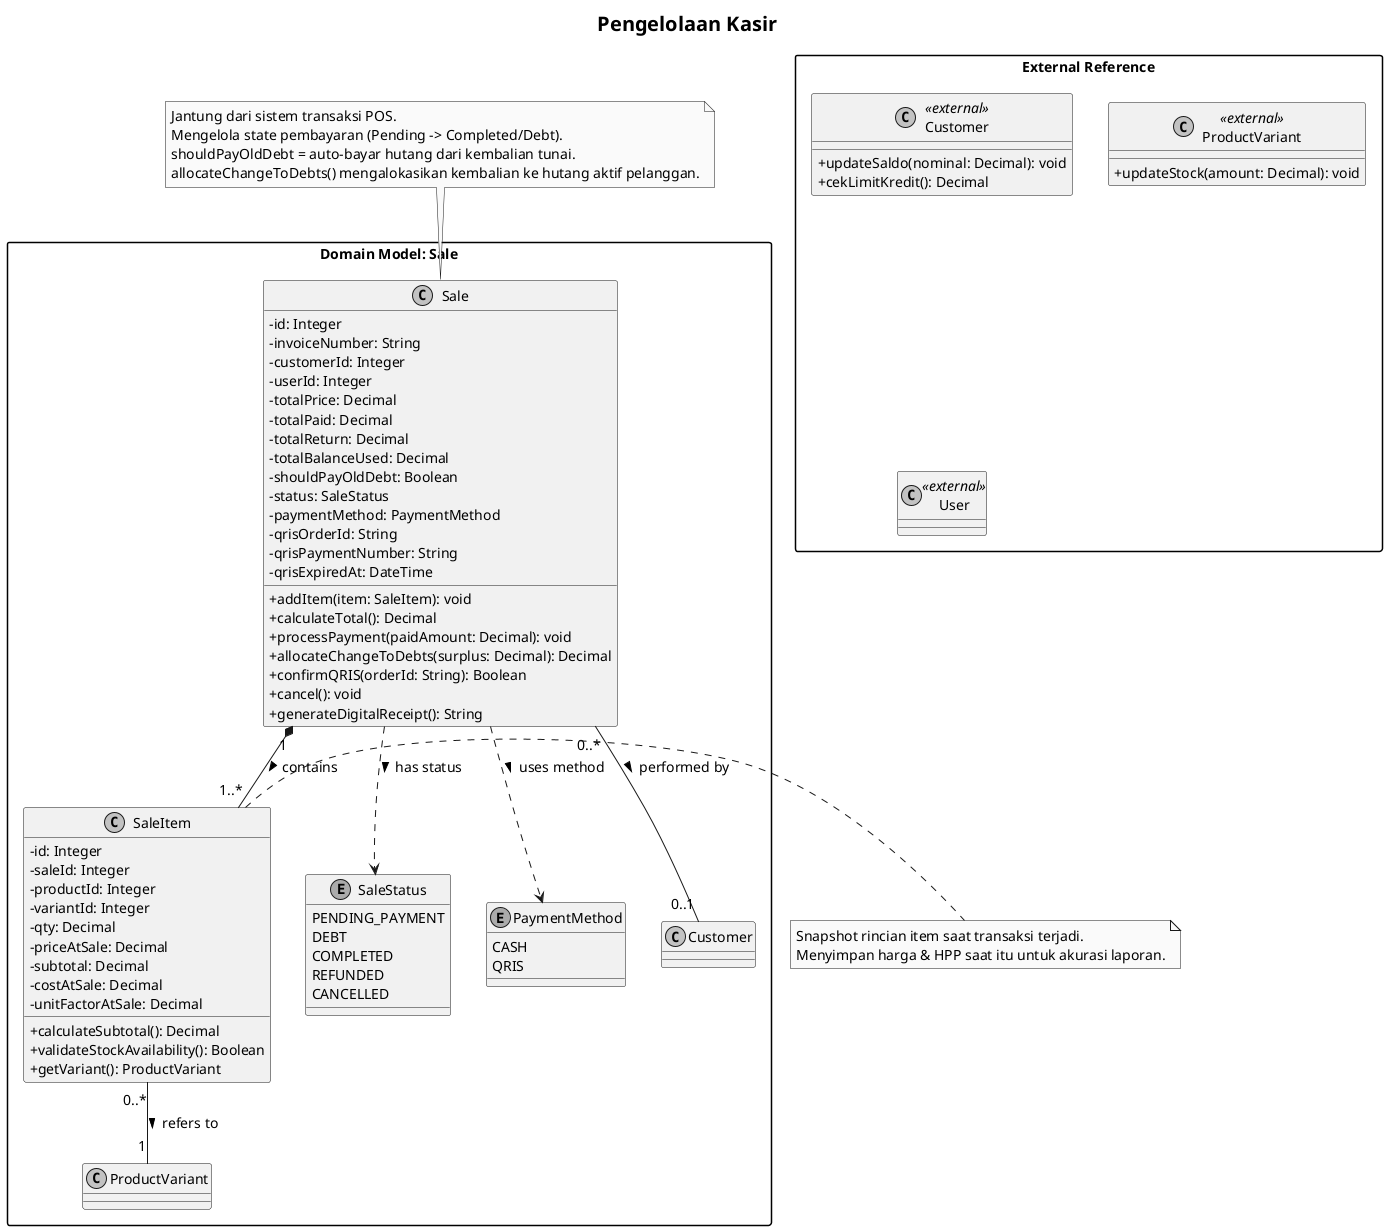
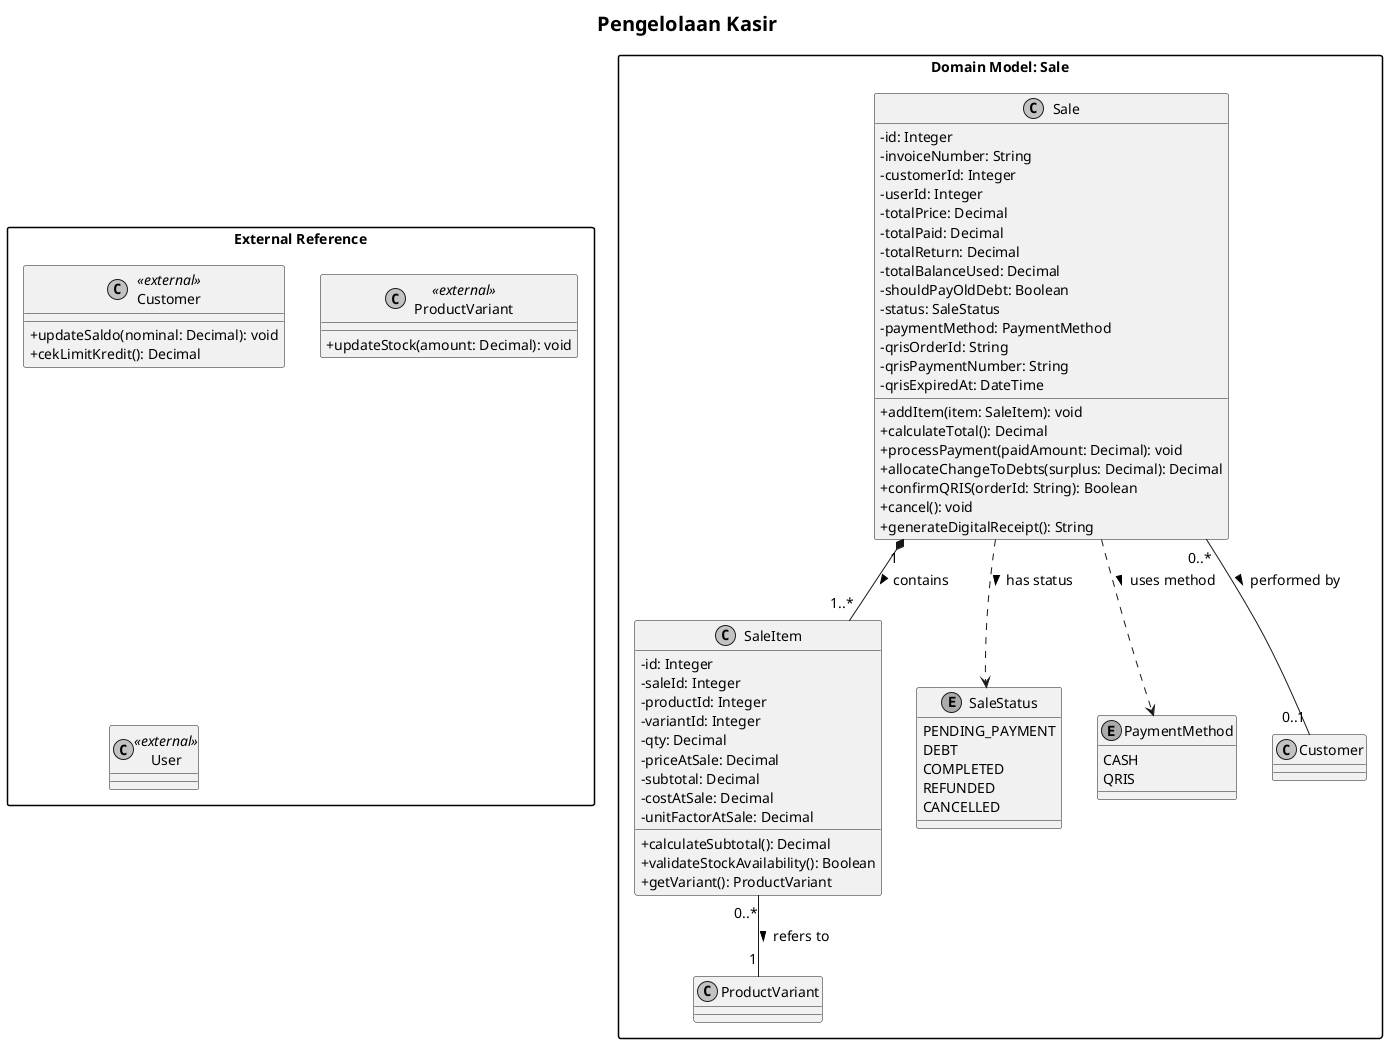
@startuml Modul_D_Pengelolaan_Kasir

' Pengaturan visual agar profesional dan fungsional
skinparam classAttributeIconSize 0
skinparam monochrome true
skinparam packageStyle rectangle
skinparam shadowing false
skinparam defaultFontName "Arial"
skinparam defaultFontSize 14
skinparam titleFontSize 20

title Pengelolaan Kasir

package "Domain Model: Sale" {
    class Sale {
        - id: Integer
        - invoiceNumber: String
        - customerId: Integer
        - userId: Integer
        - totalPrice: Decimal
        - totalPaid: Decimal
        - totalReturn: Decimal
        - totalBalanceUsed: Decimal
        - shouldPayOldDebt: Boolean
        - status: SaleStatus
        - paymentMethod: PaymentMethod
        - qrisOrderId: String
        - qrisPaymentNumber: String
        - qrisExpiredAt: DateTime
        + addItem(item: SaleItem): void
        + calculateTotal(): Decimal
        + processPayment(paidAmount: Decimal): void
        + allocateChangeToDebts(surplus: Decimal): Decimal
        + confirmQRIS(orderId: String): Boolean
        + cancel(): void
        + generateDigitalReceipt(): String
    }

    class SaleItem {
        - id: Integer
        - saleId: Integer
        - productId: Integer
        - variantId: Integer
        - qty: Decimal
        - priceAtSale: Decimal
        - subtotal: Decimal
        - costAtSale: Decimal
        - unitFactorAtSale: Decimal
        + calculateSubtotal(): Decimal
        + validateStockAvailability(): Boolean
        + getVariant(): ProductVariant
    }

    enum SaleStatus {
        PENDING_PAYMENT
        DEBT
        COMPLETED
        REFUNDED
        CANCELLED
    }

    enum PaymentMethod {
        CASH
        QRIS
    }

    ' Relationships
    Sale "1" *-- "1..*" SaleItem : contains >
    Sale ..> SaleStatus : has status >
    Sale ..> PaymentMethod : uses method >
    Sale "0..*" -- "0..1" Customer : performed by >
    SaleItem "0..*" -- "1" ProductVariant : refers to >
}

package "External Reference" {
    class Customer <<external>> {
        + updateSaldo(nominal: Decimal): void
        + cekLimitKredit(): Decimal
    }
    class ProductVariant <<external>> {
        + updateStock(amount: Decimal): void
    }
    class User <<external>>
}

- ' Catatan Fungsional
- note top of Sale
-   Jantung dari sistem transaksi POS.
-   Mengelola state pembayaran (Pending -> Completed/Debt).
-   shouldPayOldDebt = auto-bayar hutang dari kembalian tunai.
-   allocateChangeToDebts() mengalokasikan kembalian ke hutang aktif pelanggan.
- end note
- 
- note right of SaleItem
-   Snapshot rincian item saat transaksi terjadi.
-   Menyimpan harga & HPP saat itu untuk akurasi laporan.
- end note
- 
@enduml
